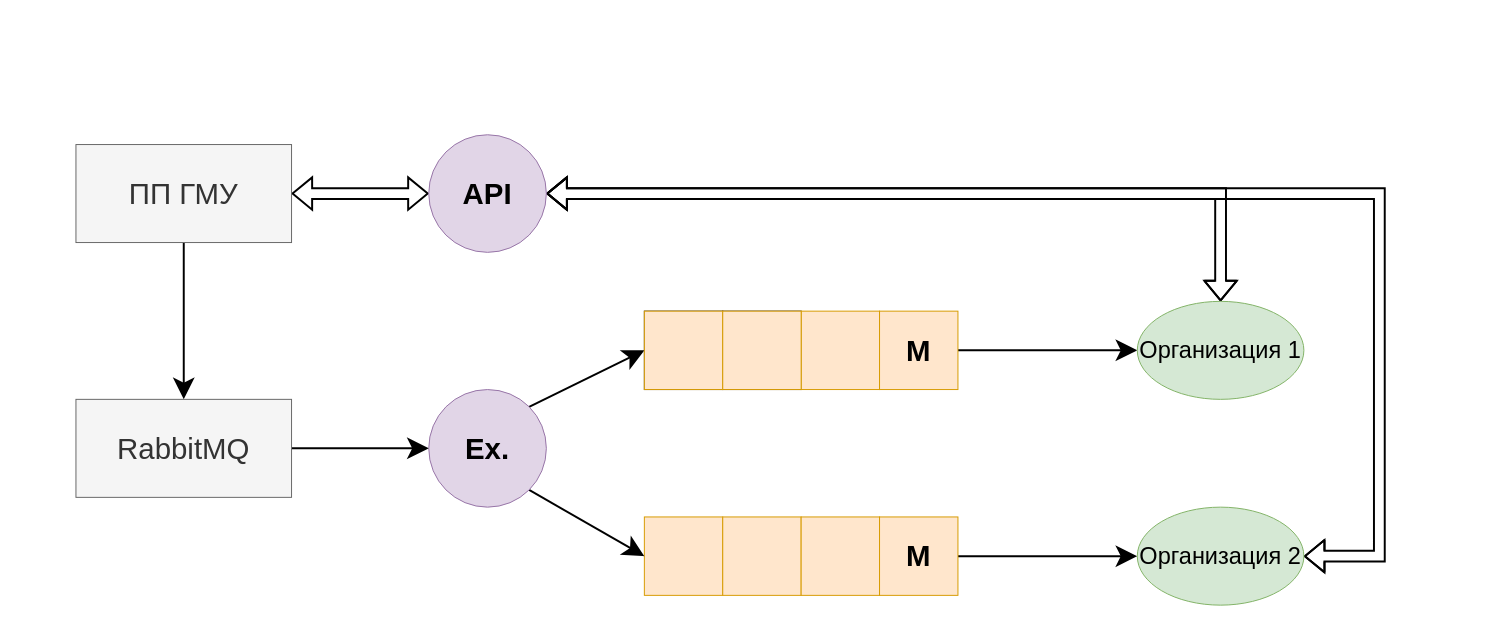
This is draw/Untitled Diagram.drawio from ainaraslan/test, a draw.io file, before an edit. Source tidied: cells renumbered, new cells numbered last; positions are measured from the earlier drawing's top-left corner, leaving out a move shared by most shapes. Both pictures are drawn from the tidied source at 98%, with x=0, y=0 at pixel (75, 134).
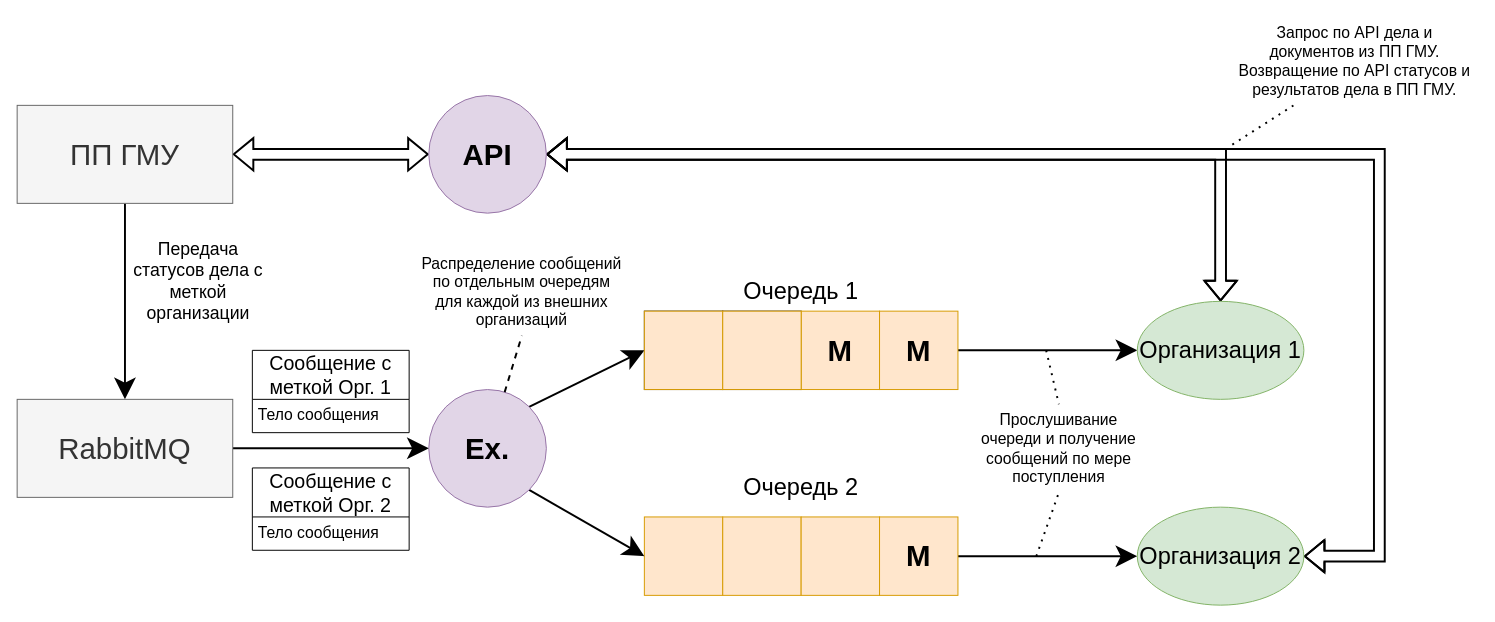
Above is the later version.

The change refers to these unchanged cells:
```xml
<mxCell id="14" value="&lt;font style=&quot;font-size: 30px&quot;&gt;&lt;b&gt;Ex.&lt;/b&gt;&lt;/font&gt;" style="ellipse;whiteSpace=wrap;html=1;fillColor=#e1d5e7;strokeColor=#9673a6;" parent="1" vertex="1">
  <mxGeometry x="360" y="260" width="120" height="120" as="geometry" />
</mxCell>
<mxCell id="21" value="&lt;font style=&quot;font-size: 24px&quot;&gt;Организация 1&lt;/font&gt;" style="ellipse;whiteSpace=wrap;html=1;fillColor=#d5e8d4;strokeColor=#82b366;" parent="1" vertex="1">
  <mxGeometry x="1083" y="170" width="170" height="100" as="geometry" />
</mxCell>
<mxCell id="25" value="&lt;font style=&quot;font-size: 24px&quot;&gt;Организация 2&lt;/font&gt;" style="ellipse;whiteSpace=wrap;html=1;fillColor=#d5e8d4;strokeColor=#82b366;" parent="1" vertex="1">
  <mxGeometry x="1083" y="380" width="170" height="100" as="geometry" />
</mxCell>
```

Diff of the diagram source:
```diff
@@
-    <mxCell id="4" style="whiteSpace=wrap;html=1;fillColor=#ffe6cc;strokeColor=#d79b00;" parent="1" vertex="1">
+    <mxCell id="4" value="&lt;b style=&quot;font-size: 30px&quot;&gt;M&lt;/b&gt;" style="whiteSpace=wrap;html=1;fillColor=#ffe6cc;strokeColor=#d79b00;" parent="1" vertex="1">
       <mxGeometry x="740" y="180" width="80" height="80" as="geometry" />
     </mxCell>
@@
     <mxCell id="19" value="&lt;font style=&quot;font-size: 30px&quot;&gt;ПП ГМУ&lt;/font&gt;" style="rounded=0;whiteSpace=wrap;html=1;fillColor=#f5f5f5;strokeColor=#666666;fontColor=#333333;" parent="1" vertex="1">
-      <mxGeometry y="10" width="220" height="100" as="geometry" />
+      <mxGeometry x="-60" y="-30" width="220" height="100" as="geometry" />
     </mxCell>
     <mxCell id="20" style="edgeStyle=orthogonalEdgeStyle;rounded=0;jumpStyle=none;jettySize=auto;html=1;entryX=1;entryY=0.5;entryDx=0;entryDy=0;strokeColor=#000000;strokeWidth=2;startArrow=classic;startFill=1;shape=flexArrow;" parent="1" edge="1" source="21" target="26">
       <mxGeometry relative="1" as="geometry">
         <Array as="points">
-          <mxPoint x="1168" y="60" />
+          <mxPoint x="1168" y="20" />
         </Array>
       </mxGeometry>
     </mxCell>
@@
     <mxCell id="23" value="&lt;span style=&quot;font-size: 30px&quot;&gt;RabbitMQ&lt;/span&gt;" style="rounded=0;whiteSpace=wrap;html=1;fillColor=#f5f5f5;strokeColor=#666666;fontColor=#333333;" parent="1" vertex="1">
-      <mxGeometry y="270" width="220" height="100" as="geometry" />
+      <mxGeometry x="-60" y="270" width="220" height="100" as="geometry" />
     </mxCell>
-    <mxCell id="24" style="edgeStyle=orthogonalEdgeStyle;rounded=0;jumpStyle=none;jettySize=auto;html=1;strokeColor=#000000;strokeWidth=2;startArrow=classic;startFill=1;shape=flexArrow;" parent="1" edge="1" source="25">
+    <mxCell id="24" style="edgeStyle=orthogonalEdgeStyle;rounded=0;jumpStyle=none;jettySize=auto;html=1;strokeColor=#000000;strokeWidth=2;startArrow=classic;startFill=1;shape=flexArrow;exitX=1;exitY=0.5;exitDx=0;exitDy=0;" parent="1" edge="1" source="25">
       <mxGeometry relative="1" as="geometry">
-        <mxPoint x="480" y="60" as="targetPoint" />
+        <mxPoint x="480" y="20" as="targetPoint" />
         <Array as="points">
           <mxPoint x="1330" y="430" />
-          <mxPoint x="1330" y="60" />
+          <mxPoint x="1330" y="20" />
         </Array>
       </mxGeometry>
     </mxCell>
@@
     <mxCell id="26" value="&lt;span style=&quot;font-size: 30px&quot;&gt;&lt;b&gt;API&lt;/b&gt;&lt;/span&gt;" style="ellipse;whiteSpace=wrap;html=1;fillColor=#e1d5e7;strokeColor=#9673a6;" parent="1" vertex="1">
-      <mxGeometry x="360" width="120" height="120" as="geometry" />
+      <mxGeometry x="360" y="-40" width="120" height="120" as="geometry" />
     </mxCell>
+    <mxCell id="27" value="&lt;span style=&quot;font-size: 24px&quot;&gt;Очередь 1&lt;/span&gt;" style="text;html=1;strokeColor=none;fillColor=none;align=center;verticalAlign=middle;whiteSpace=wrap;rounded=0;" parent="1" vertex="1">
+      <mxGeometry x="680" y="150" width="120" height="20" as="geometry" />
+    </mxCell>
+    <mxCell id="28" value="&lt;span style=&quot;font-size: 24px&quot;&gt;Очередь 2&lt;/span&gt;" style="text;html=1;strokeColor=none;fillColor=none;align=center;verticalAlign=middle;whiteSpace=wrap;rounded=0;" parent="1" vertex="1">
+      <mxGeometry x="680" y="350" width="120" height="20" as="geometry" />
+    </mxCell>
+    <mxCell id="29" value="Сообщение с меткой Орг. 1" style="swimlane;fontStyle=0;horizontal=1;startSize=50;fontSize=20;whiteSpace=wrap;" parent="1" vertex="1">
+      <mxGeometry x="180" y="220" width="160" height="84" as="geometry" />
+    </mxCell>
+    <mxCell id="30" value="Тело сообщения" style="text;strokeColor=none;fillColor=none;align=left;verticalAlign=top;spacingLeft=4;spacingRight=4;overflow=hidden;fontSize=16;whiteSpace=wrap;" parent="29" vertex="1">
+      <mxGeometry y="50" width="160" height="34" as="geometry" />
+    </mxCell>
+    <mxCell id="31" value="&lt;font style=&quot;font-size: 18px&quot;&gt;Передача статусов дела с меткой организации&lt;/font&gt;" style="text;html=1;strokeColor=none;fillColor=none;align=center;verticalAlign=middle;whiteSpace=wrap;rounded=0;fontSize=16;" parent="1" vertex="1">
+      <mxGeometry x="50" y="130" width="150" height="40" as="geometry" />
+    </mxCell>
+    <mxCell id="32" value="Сообщение с меткой Орг. 2" style="swimlane;fontStyle=0;horizontal=1;startSize=50;fontSize=20;whiteSpace=wrap;" parent="1" vertex="1">
+      <mxGeometry x="180" y="340" width="160" height="84" as="geometry" />
+    </mxCell>
+    <mxCell id="33" value="Тело сообщения" style="text;strokeColor=none;fillColor=none;align=left;verticalAlign=top;spacingLeft=4;spacingRight=4;overflow=hidden;fontSize=16;whiteSpace=wrap;" parent="32" vertex="1">
+      <mxGeometry y="50" width="160" height="34" as="geometry" />
+    </mxCell>
+    <mxCell id="34" value="Распределение сообщений по отдельным очередям для каждой из внешних организаций" style="text;html=1;strokeColor=none;fillColor=none;align=center;verticalAlign=middle;whiteSpace=wrap;rounded=0;fontSize=16;" parent="1" vertex="1">
+      <mxGeometry x="350" y="115" width="210" height="90" as="geometry" />
+    </mxCell>
+    <mxCell id="35" style="endArrow=none;dashed=1;html=1;fontSize=16;targetPerimeterSpacing=0;strokeColor=#000000;strokeWidth=2;entryX=0.5;entryY=1;entryDx=0;entryDy=0;" parent="1" edge="1" source="14" target="34">
+      <mxGeometry relative="1" as="geometry" />
+    </mxCell>
+    <mxCell id="36" value="Прослушивание очереди и получение сообщений по мере поступления" style="text;html=1;strokeColor=none;fillColor=none;align=center;verticalAlign=middle;whiteSpace=wrap;rounded=0;fontSize=16;" parent="1" vertex="1">
+      <mxGeometry x="923" y="275" width="160" height="90" as="geometry" />
+    </mxCell>
+    <mxCell id="37" style="endArrow=none;dashed=1;html=1;dashPattern=1 3;strokeWidth=2;fontSize=16;targetPerimeterSpacing=0;entryX=0.5;entryY=0;entryDx=0;entryDy=0;" parent="1" edge="1" target="36">
+      <mxGeometry relative="1" as="geometry">
+        <mxPoint x="990" y="220" as="sourcePoint" />
+      </mxGeometry>
+    </mxCell>
+    <mxCell id="38" value="Запрос по API дела и документов из ПП ГМУ.&lt;br&gt;Возвращение по API статусов и результатов дела в ПП ГМУ." style="text;html=1;strokeColor=none;fillColor=none;align=center;verticalAlign=middle;whiteSpace=wrap;rounded=0;fontSize=16;" parent="1" vertex="1">
+      <mxGeometry x="1180" y="-120" width="250" height="90" as="geometry" />
+    </mxCell>
+    <mxCell id="39" style="endArrow=none;dashed=1;html=1;dashPattern=1 3;strokeWidth=2;fontSize=16;targetPerimeterSpacing=0;entryX=0.25;entryY=1;entryDx=0;entryDy=0;" parent="1" edge="1" target="38">
+      <mxGeometry relative="1" as="geometry">
+        <mxPoint x="1180" y="10" as="sourcePoint" />
+      </mxGeometry>
+    </mxCell>
+    <mxCell id="40" style="endArrow=none;dashed=1;html=1;dashPattern=1 3;strokeWidth=2;fontSize=16;targetPerimeterSpacing=0;entryX=0.5;entryY=1;entryDx=0;entryDy=0;" parent="1" edge="1" target="36">
+      <mxGeometry relative="1" as="geometry">
+        <mxPoint x="980" y="430" as="sourcePoint" />
+      </mxGeometry>
+    </mxCell>
```
